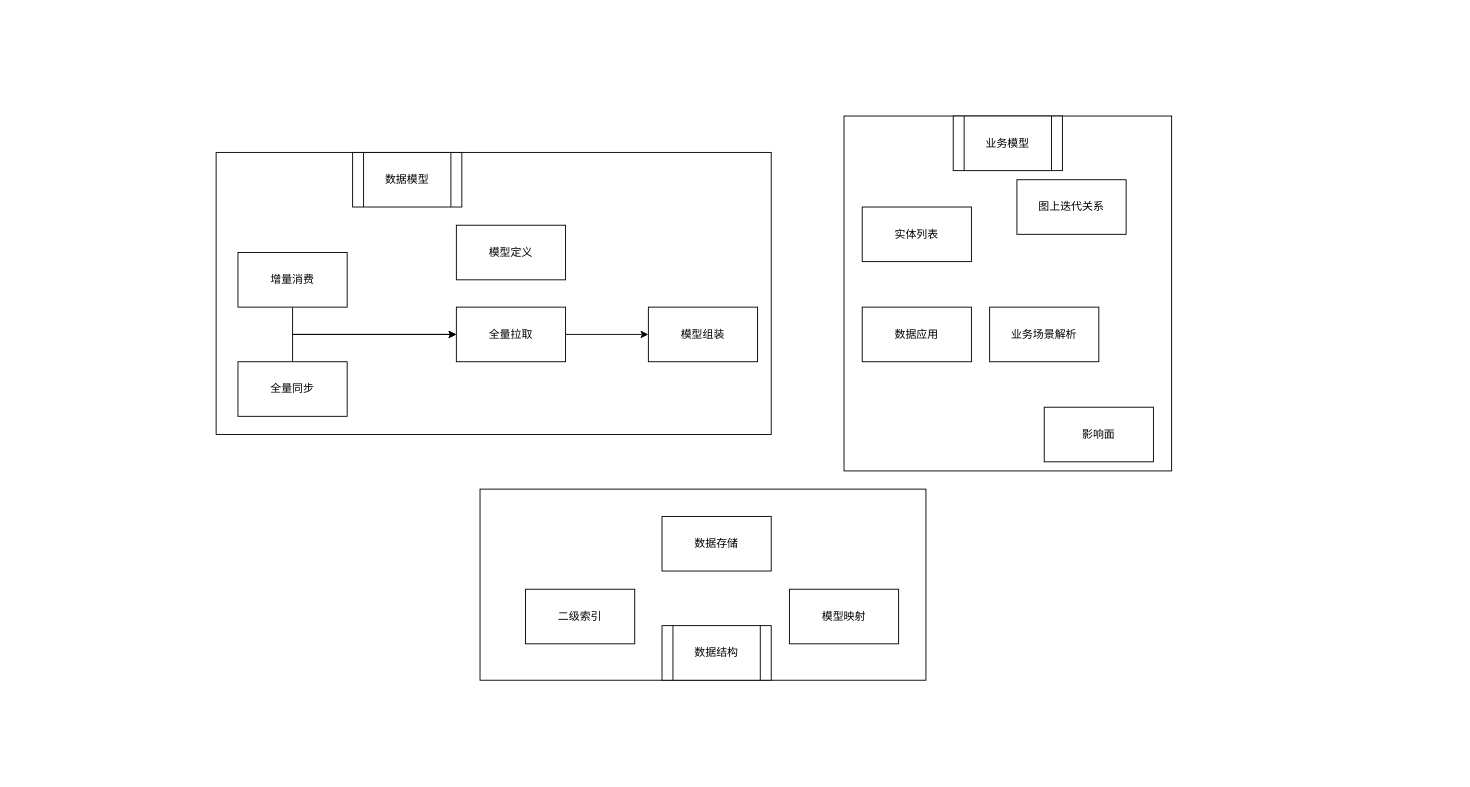
Before: 影响面内部框架.drawio in frankneu/draw.io, a draw.io diagram. Source tidied: cells renumbered, new cells numbered last; positions are measured from the earlier drawing's top-left corner, leaving out a move shared by most shapes. Both pictures are drawn from the tidied source at 91%, with x=0, y=0 at pixel (216, 116).
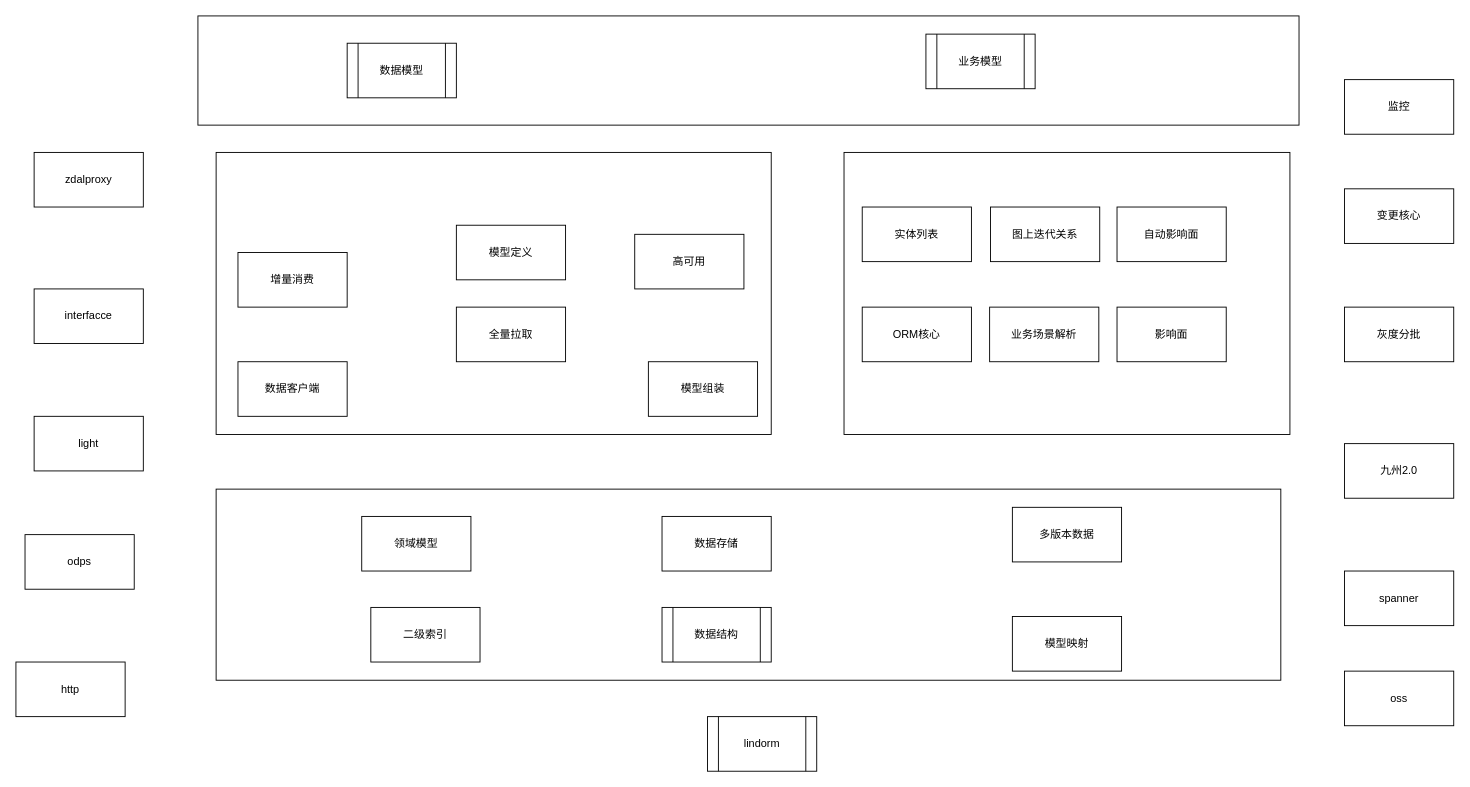
The same page after the edit.

Commit message:
Update 影响面内部框架.drawio

The change refers to these unchanged cells:
```xml
<mxCell id="6" value="增量消费" style="rounded=0;whiteSpace=wrap;html=1;" parent="1" vertex="1">
  <mxGeometry x="24" y="150" width="120" height="60" as="geometry" />
</mxCell>
<mxCell id="11" value="全量拉取" style="rounded=0;whiteSpace=wrap;html=1;" parent="1" vertex="1">
  <mxGeometry x="264" y="210" width="120" height="60" as="geometry" />
</mxCell>
```

What changed in the source:
```diff
@@
+    <mxCell id="24" style="rounded=0;whiteSpace=wrap;html=1;" parent="1" vertex="1">
+      <mxGeometry x="-20" y="-110" width="1210" height="120" as="geometry" />
+    </mxCell>
     <mxCell id="2" style="rounded=0;whiteSpace=wrap;html=1;" parent="1" vertex="1">
-      <mxGeometry x="690" width="360" height="390" as="geometry" />
+      <mxGeometry x="690" y="40" width="490" height="310" as="geometry" />
     </mxCell>
     <mxCell id="3" style="rounded=0;whiteSpace=wrap;html=1;" parent="1" vertex="1">
-      <mxGeometry x="290" y="410" width="490" height="210" as="geometry" />
+      <mxGeometry y="410" width="1170" height="210" as="geometry" />
     </mxCell>
@@
-    <mxCell id="5" style="edgeStyle=orthogonalEdgeStyle;rounded=0;jettySize=auto;html=1;exitX=0.5;exitY=1;exitDx=0;exitDy=0;entryX=0;entryY=0.5;entryDx=0;entryDy=0;" parent="1" edge="1" source="6" target="11">
-      <mxGeometry relative="1" as="geometry" />
-    </mxCell>
@@
-    <mxCell id="7" style="edgeStyle=orthogonalEdgeStyle;rounded=0;jettySize=auto;html=1;exitX=0.5;exitY=0;exitDx=0;exitDy=0;" parent="1" edge="1" source="8" target="11">
-      <mxGeometry relative="1" as="geometry" />
-    </mxCell>
-    <mxCell id="8" value="全量同步" style="rounded=0;whiteSpace=wrap;html=1;" parent="1" vertex="1">
+    <mxCell id="8" value="数据客户端" style="rounded=0;whiteSpace=wrap;html=1;" parent="1" vertex="1">
       <mxGeometry x="24" y="270" width="120" height="60" as="geometry" />
     </mxCell>
@@
-    <mxCell id="10" style="edgeStyle=orthogonalEdgeStyle;rounded=0;jettySize=auto;html=1;exitX=1;exitY=0.5;exitDx=0;exitDy=0;entryX=0;entryY=0.5;entryDx=0;entryDy=0;" parent="1" edge="1" source="11" target="12">
-      <mxGeometry relative="1" as="geometry" />
-    </mxCell>
@@
     <mxCell id="12" value="模型组装" style="rounded=0;whiteSpace=wrap;html=1;" parent="1" vertex="1">
-      <mxGeometry x="475" y="210" width="120" height="60" as="geometry" />
+      <mxGeometry x="475" y="270" width="120" height="60" as="geometry" />
     </mxCell>
@@
-    <mxCell id="14" value="数据应用" style="rounded=0;whiteSpace=wrap;html=1;" parent="1" vertex="1">
+    <mxCell id="14" value="ORM核心" style="rounded=0;whiteSpace=wrap;html=1;" parent="1" vertex="1">
       <mxGeometry x="710" y="210" width="120" height="60" as="geometry" />
     </mxCell>
@@
     <mxCell id="16" value="影响面" style="rounded=0;whiteSpace=wrap;html=1;" parent="1" vertex="1">
-      <mxGeometry x="910" y="320" width="120" height="60" as="geometry" />
+      <mxGeometry x="990" y="210" width="120" height="60" as="geometry" />
     </mxCell>
     <mxCell id="17" value="二级索引" style="rounded=0;whiteSpace=wrap;html=1;" parent="1" vertex="1">
-      <mxGeometry x="340" y="520" width="120" height="60" as="geometry" />
+      <mxGeometry x="170" y="540" width="120" height="60" as="geometry" />
     </mxCell>
     <mxCell id="18" value="模型映射" style="rounded=0;whiteSpace=wrap;html=1;" parent="1" vertex="1">
-      <mxGeometry x="630" y="520" width="120" height="60" as="geometry" />
+      <mxGeometry x="875" y="550" width="120" height="60" as="geometry" />
     </mxCell>
@@
     <mxCell id="20" value="图上迭代关系" style="rounded=0;whiteSpace=wrap;html=1;" parent="1" vertex="1">
-      <mxGeometry x="880" y="70" width="120" height="60" as="geometry" />
+      <mxGeometry x="851" y="100" width="120" height="60" as="geometry" />
     </mxCell>
     <mxCell id="21" value="数据模型" style="shape=process;whiteSpace=wrap;html=1;backgroundOutline=1;" parent="1" vertex="1">
-      <mxGeometry x="150" y="40" width="120" height="60" as="geometry" />
+      <mxGeometry x="144" y="-80" width="120" height="60" as="geometry" />
     </mxCell>
     <mxCell id="22" value="业务模型" style="shape=process;whiteSpace=wrap;html=1;backgroundOutline=1;" parent="1" vertex="1">
-      <mxGeometry x="810" width="120" height="60" as="geometry" />
+      <mxGeometry x="780" y="-90" width="120" height="60" as="geometry" />
     </mxCell>
     <mxCell id="23" value="数据结构" style="shape=process;whiteSpace=wrap;html=1;backgroundOutline=1;" parent="1" vertex="1">
-      <mxGeometry x="490" y="560" width="120" height="60" as="geometry" />
+      <mxGeometry x="490" y="540" width="120" height="60" as="geometry" />
     </mxCell>
+    <mxCell id="25" value="高可用" style="rounded=0;whiteSpace=wrap;html=1;" parent="1" vertex="1">
+      <mxGeometry x="460" y="130" width="120" height="60" as="geometry" />
+    </mxCell>
+    <mxCell id="26" value="自动影响面" style="rounded=0;whiteSpace=wrap;html=1;" parent="1" vertex="1">
+      <mxGeometry x="990" y="100" width="120" height="60" as="geometry" />
+    </mxCell>
+    <mxCell id="27" value="领域模型" style="rounded=0;whiteSpace=wrap;html=1;" parent="1" vertex="1">
+      <mxGeometry x="160" y="440" width="120" height="60" as="geometry" />
+    </mxCell>
+    <mxCell id="28" value="多版本数据" style="rounded=0;whiteSpace=wrap;html=1;" parent="1" vertex="1">
+      <mxGeometry x="875" y="430" width="120" height="60" as="geometry" />
+    </mxCell>
+    <mxCell id="29" value="监控" style="rounded=0;whiteSpace=wrap;html=1;" parent="1" vertex="1">
+      <mxGeometry x="1240" y="-40" width="120" height="60" as="geometry" />
+    </mxCell>
+    <mxCell id="30" value="变更核心" style="rounded=0;whiteSpace=wrap;html=1;" parent="1" vertex="1">
+      <mxGeometry x="1240" y="80" width="120" height="60" as="geometry" />
+    </mxCell>
+    <mxCell id="31" value="灰度分批" style="rounded=0;whiteSpace=wrap;html=1;" parent="1" vertex="1">
+      <mxGeometry x="1240" y="210" width="120" height="60" as="geometry" />
+    </mxCell>
+    <mxCell id="32" value="九州2.0" style="rounded=0;whiteSpace=wrap;html=1;" parent="1" vertex="1">
+      <mxGeometry x="1240" y="360" width="120" height="60" as="geometry" />
+    </mxCell>
+    <mxCell id="33" value="spanner" style="rounded=0;whiteSpace=wrap;html=1;" parent="1" vertex="1">
+      <mxGeometry x="1240" y="500" width="120" height="60" as="geometry" />
+    </mxCell>
+    <mxCell id="34" value="oss" style="rounded=0;whiteSpace=wrap;html=1;" parent="1" vertex="1">
+      <mxGeometry x="1240" y="610" width="120" height="60" as="geometry" />
+    </mxCell>
+    <mxCell id="35" value="lindorm" style="shape=process;whiteSpace=wrap;html=1;backgroundOutline=1;" parent="1" vertex="1">
+      <mxGeometry x="540" y="660" width="120" height="60" as="geometry" />
+    </mxCell>
+    <mxCell id="36" value="zdalproxy" style="rounded=0;whiteSpace=wrap;html=1;" parent="1" vertex="1">
+      <mxGeometry x="-200" y="40" width="120" height="60" as="geometry" />
+    </mxCell>
+    <mxCell id="37" value="interfacce" style="rounded=0;whiteSpace=wrap;html=1;" parent="1" vertex="1">
+      <mxGeometry x="-200" y="190" width="120" height="60" as="geometry" />
+    </mxCell>
+    <mxCell id="38" value="light" style="rounded=0;whiteSpace=wrap;html=1;" parent="1" vertex="1">
+      <mxGeometry x="-200" y="330" width="120" height="60" as="geometry" />
+    </mxCell>
+    <mxCell id="39" value="odps" style="rounded=0;whiteSpace=wrap;html=1;" parent="1" vertex="1">
+      <mxGeometry x="-210" y="460" width="120" height="60" as="geometry" />
+    </mxCell>
+    <mxCell id="40" value="http" style="rounded=0;whiteSpace=wrap;html=1;" parent="1" vertex="1">
+      <mxGeometry x="-220" y="600" width="120" height="60" as="geometry" />
+    </mxCell>
```
